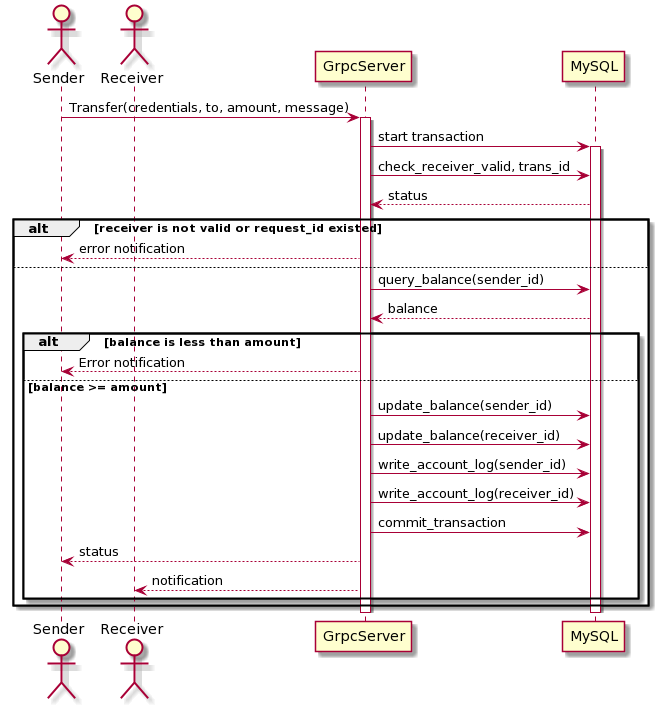
Before: report/img/sequence-diagrams/transfer.png, a diagram exported from PlantUML (delta94/vmr-chatapp-1).
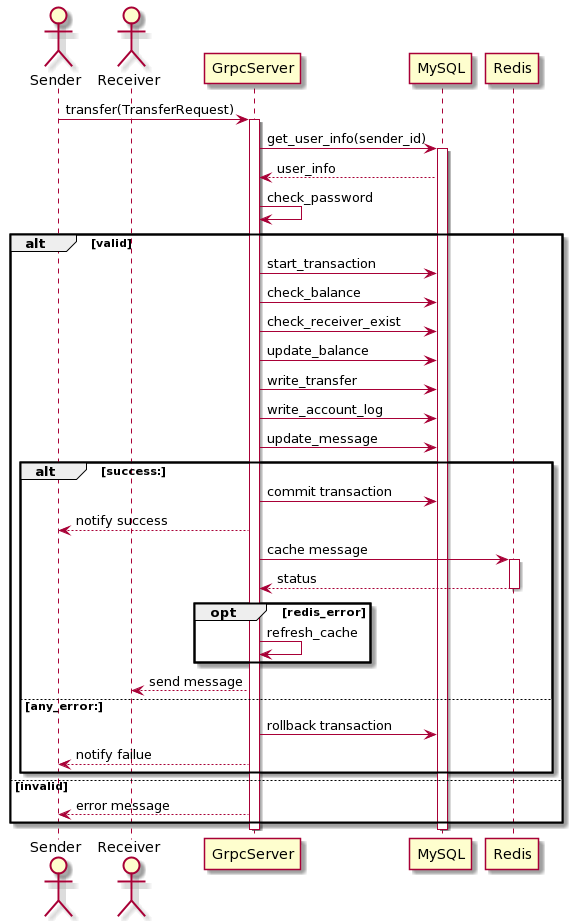
After the change.

Commit message:
Update sequence diagram

Change to the diagram source:
```diff
@@ -2,29 +2,43 @@
 actor Sender
 actor Receiver
 
-Sender -> GrpcServer: Transfer(credentials, to, amount, message)
+Sender -> GrpcServer: transfer(TransferRequest)
+
 activate GrpcServer
-    GrpcServer -> MySQL: start transaction
-    activate MySQL
-        GrpcServer -> MySQL: check_receiver_valid, trans_id
-        MySQL --> GrpcServer: status
-        alt receiver is not valid or request_id existed
-            GrpcServer --> Sender: error notification
-        else
-            GrpcServer -> MySQL: query_balance(sender_id)
-            MySQL --> GrpcServer: balance
-            alt balance is less than amount
-                GrpcServer --> Sender: Error notification
-            else balance >= amount
-                GrpcServer -> MySQL: update_balance(sender_id)
-                GrpcServer -> MySQL: update_balance(receiver_id)
-                GrpcServer -> MySQL: write_account_log(sender_id)
-                GrpcServer -> MySQL: write_account_log(receiver_id)
-                GrpcServer -> MySQL: commit_transaction
-                GrpcServer --> Sender: status
-                GrpcServer --> Receiver: notification
+  GrpcServer -> MySQL: get_user_info(sender_id)
+  activate MySQL
+    MySQL --> GrpcServer: user_info
+    GrpcServer -> GrpcServer: check_password
+
+    alt valid
+      GrpcServer -> MySQL: start_transaction
+      GrpcServer -> MySQL: check_balance
+      GrpcServer -> MySQL: check_receiver_exist
+      GrpcServer -> MySQL: update_balance
+      GrpcServer -> MySQL: write_transfer
+      GrpcServer -> MySQL: write_account_log
+      GrpcServer -> MySQL: update_message
+      alt success:
+        GrpcServer -> MySQL: commit transaction
+        GrpcServer --> Sender: notify success
+        GrpcServer -> Redis: cache message
+        activate Redis
+          Redis-->GrpcServer: status
+        deactivate
+
+        opt redis_error
+          GrpcServer -> GrpcServer: refresh_cache
         end
-        end
-    deactivate
+
+        GrpcServer --> Receiver: send message
+      else any_error:
+        GrpcServer -> MySQL: rollback transaction
+        GrpcServer --> Sender: notify failue
+      end
+    else invalid
+      GrpcServer --> Sender: error message
+    end
+
+  deactivate
 deactivate
 @enduml
```
